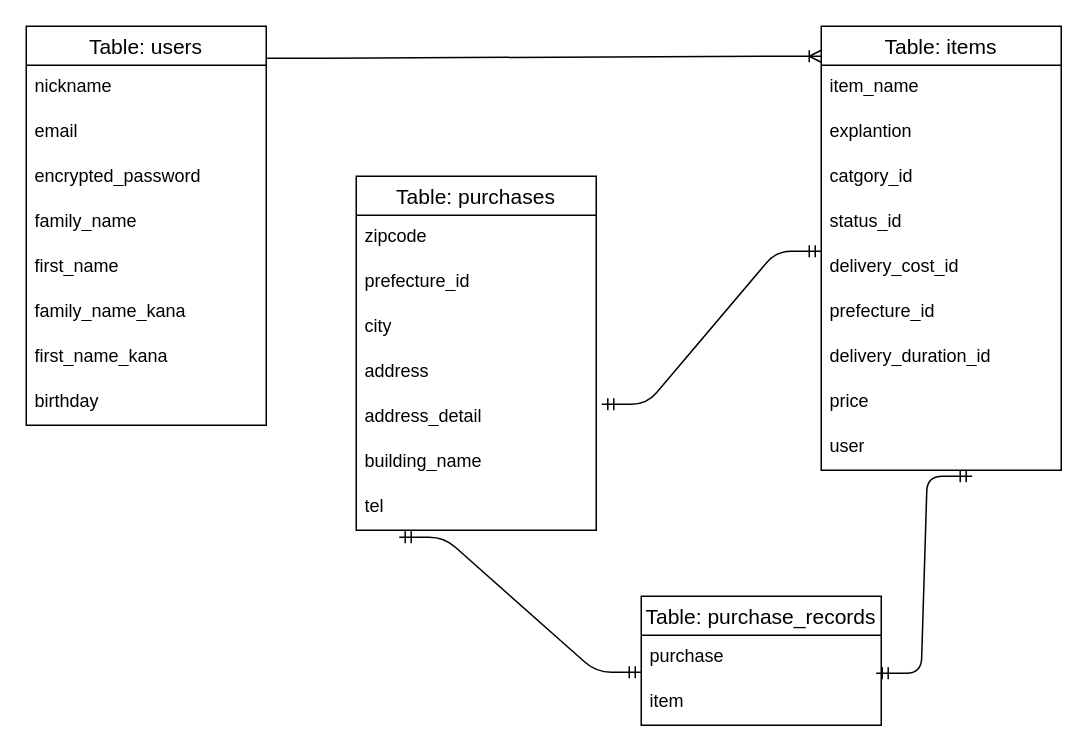
Before: ER.dio in John-Willy-Brandt/furima-46330, a draw.io diagram. Source tidied: cells renumbered, new cells numbered last; positions are measured from the earlier drawing's top-left corner, leaving out a move shared by most shapes. Both pictures are drawn from the tidied source at 150%, with x=0, y=0 at pixel (26, 26).
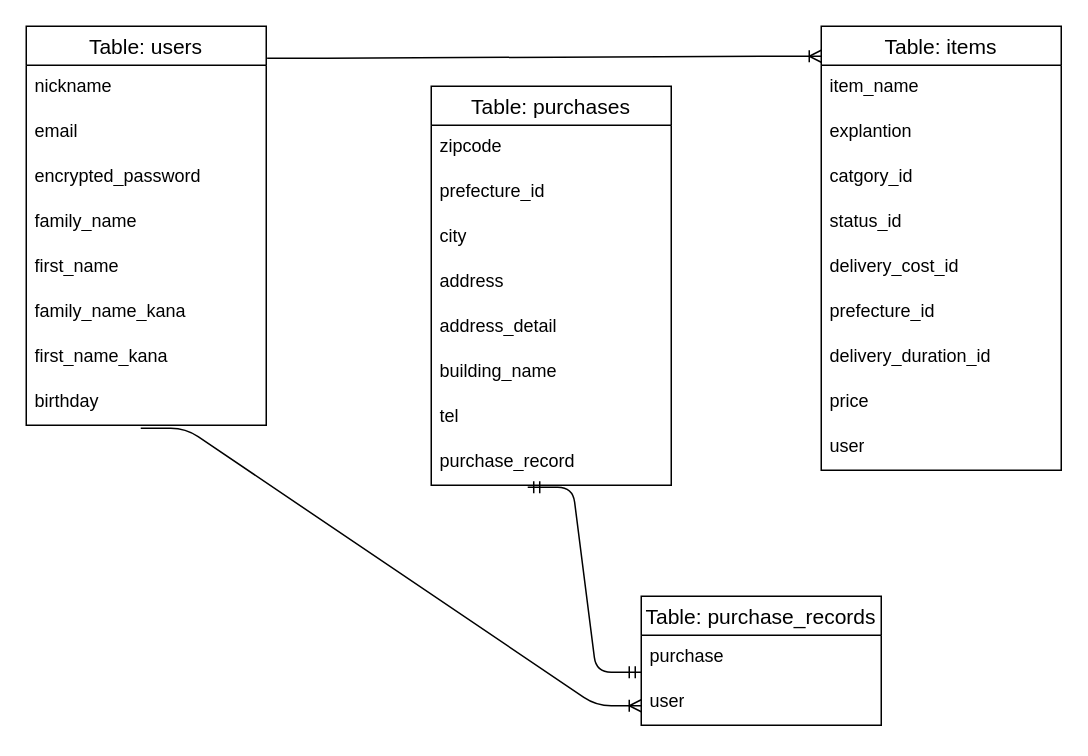
After the change.

The change refers to these unchanged cells:
```xml
<mxCell id="10" value="birthday" style="text;strokeColor=none;fillColor=none;spacingLeft=4;spacingRight=4;overflow=hidden;points=[[0,0.5],[1,0.5]];portConstraint=eastwest;fontSize=12;whiteSpace=wrap;html=1;" parent="2" vertex="1">
  <mxGeometry y="236" width="160" height="30" as="geometry" />
</mxCell>
<mxCell id="20" value="user" style="text;strokeColor=none;fillColor=none;spacingLeft=4;spacingRight=4;overflow=hidden;points=[[0,0.5],[1,0.5]];portConstraint=eastwest;fontSize=12;whiteSpace=wrap;html=1;" parent="11" vertex="1">
  <mxGeometry y="266" width="160" height="30" as="geometry" />
</mxCell>
<mxCell id="28" value="tel" style="text;strokeColor=none;fillColor=none;spacingLeft=4;spacingRight=4;overflow=hidden;points=[[0,0.5],[1,0.5]];portConstraint=eastwest;fontSize=12;whiteSpace=wrap;html=1;" parent="21" vertex="1">
  <mxGeometry y="206" width="160" height="30" as="geometry" />
</mxCell>
<mxCell id="31" value="Table: purchase_records" style="swimlane;fontStyle=0;horizontal=1;startSize=26;align=center;fontSize=14;" parent="1" vertex="1">
  <mxGeometry x="410" y="380" width="160" height="86" as="geometry" />
</mxCell>
<mxCell id="32" value="purchase" style="text;strokeColor=none;fillColor=none;spacingLeft=4;spacingRight=4;overflow=hidden;points=[[0,0.5],[1,0.5]];portConstraint=eastwest;fontSize=12;whiteSpace=wrap;html=1;" parent="31" vertex="1">
  <mxGeometry y="26" width="160" height="30" as="geometry" />
</mxCell>
```

Diff of the diagram source:
```diff
@@
     <mxCell id="21" value="Table: purchases" style="swimlane;fontStyle=0;horizontal=1;startSize=26;align=center;fontSize=14;" parent="1" vertex="1">
-      <mxGeometry x="220" y="100" width="160" height="236" as="geometry" />
+      <mxGeometry x="270" y="40" width="160" height="266" as="geometry" />
     </mxCell>
@@
-    <mxCell id="29" style="edgeStyle=entityRelationEdgeStyle;fontSize=12;html=1;endArrow=ERmandOne;startArrow=ERmandOne;exitX=1.023;exitY=0.045;exitDx=0;exitDy=0;exitPerimeter=0;" parent="1" edge="1">
-      <mxGeometry relative="1" as="geometry">
-        <mxPoint x="383.7" y="252" as="sourcePoint" />
-        <mxPoint x="530" y="150" as="targetPoint" />
-        <Array as="points">
-          <mxPoint x="477.6" y="480" />
-          <mxPoint x="527.6" y="310" />
-          <mxPoint x="547.6" y="390" />
-          <mxPoint x="507.6" y="410" />
-          <mxPoint x="527.6" y="440" />
-          <mxPoint x="467.6" y="360" />
-        </Array>
-      </mxGeometry>
-    </mxCell>
+    <mxCell id="36" value="purchase_record" style="text;strokeColor=none;fillColor=none;spacingLeft=4;spacingRight=4;overflow=hidden;points=[[0,0.5],[1,0.5]];portConstraint=eastwest;fontSize=12;whiteSpace=wrap;html=1;" parent="21" vertex="1">
+      <mxGeometry y="236" width="160" height="30" as="geometry" />
+    </mxCell>
@@
-    <mxCell id="33" value="item" style="text;strokeColor=none;fillColor=none;spacingLeft=4;spacingRight=4;overflow=hidden;points=[[0,0.5],[1,0.5]];portConstraint=eastwest;fontSize=12;whiteSpace=wrap;html=1;" parent="31" vertex="1">
-      <mxGeometry y="56" width="160" height="30" as="geometry" />
-    </mxCell>
+    <mxCell id="37" value="user" style="text;strokeColor=none;fillColor=none;spacingLeft=4;spacingRight=4;overflow=hidden;fontSize=12;whiteSpace=wrap;html=1;" parent="31" vertex="1">
+      <mxGeometry y="56" width="160" height="30" as="geometry" />
+    </mxCell>
-    <mxCell id="34" style="edgeStyle=entityRelationEdgeStyle;fontSize=12;html=1;endArrow=ERmandOne;startArrow=ERmandOne;exitX=0;exitY=0.822;exitDx=0;exitDy=0;exitPerimeter=0;entryX=0.179;entryY=1.156;entryDx=0;entryDy=0;entryPerimeter=0;" parent="1" edge="1" source="32" target="28">
+    <mxCell id="34" style="edgeStyle=entityRelationEdgeStyle;fontSize=12;html=1;endArrow=ERmandOne;startArrow=ERmandOne;exitX=0;exitY=0.822;exitDx=0;exitDy=0;exitPerimeter=0;entryX=0.402;entryY=1.044;entryDx=0;entryDy=0;entryPerimeter=0;" parent="1" edge="1" source="32" target="36">
       <mxGeometry relative="1" as="geometry">
         <Array as="points">
           <mxPoint x="143.3" y="684" />
           <mxPoint x="193.3" y="514" />
           <mxPoint x="213.3" y="594" />
           <mxPoint x="173.3" y="614" />
           <mxPoint x="193.3" y="644" />
           <mxPoint x="133.3" y="564" />
         </Array>
       </mxGeometry>
     </mxCell>
-    <mxCell id="35" style="edgeStyle=entityRelationEdgeStyle;fontSize=12;html=1;endArrow=ERmandOne;startArrow=ERmandOne;exitX=0.979;exitY=-0.156;exitDx=0;exitDy=0;exitPerimeter=0;entryX=0.629;entryY=1.133;entryDx=0;entryDy=0;entryPerimeter=0;" parent="1" edge="1" source="33" target="20">
-      <mxGeometry relative="1" as="geometry">
-        <Array as="points">
-          <mxPoint x="153.3" y="694" />
-          <mxPoint x="203.3" y="524" />
-          <mxPoint x="223.3" y="604" />
-          <mxPoint x="183.3" y="624" />
-          <mxPoint x="203.3" y="654" />
-          <mxPoint x="143.3" y="574" />
-        </Array>
-      </mxGeometry>
-    </mxCell>
+    <mxCell id="38" style="edgeStyle=entityRelationEdgeStyle;fontSize=12;html=1;endArrow=ERoneToMany;exitX=0.477;exitY=1.067;exitDx=0;exitDy=0;exitPerimeter=0;entryX=0;entryY=0.5;entryDx=0;entryDy=0;" parent="1" edge="1" source="10">
+      <mxGeometry relative="1" as="geometry">
+        <mxPoint x="410" y="453" as="targetPoint" />
+      </mxGeometry>
+    </mxCell>
```
